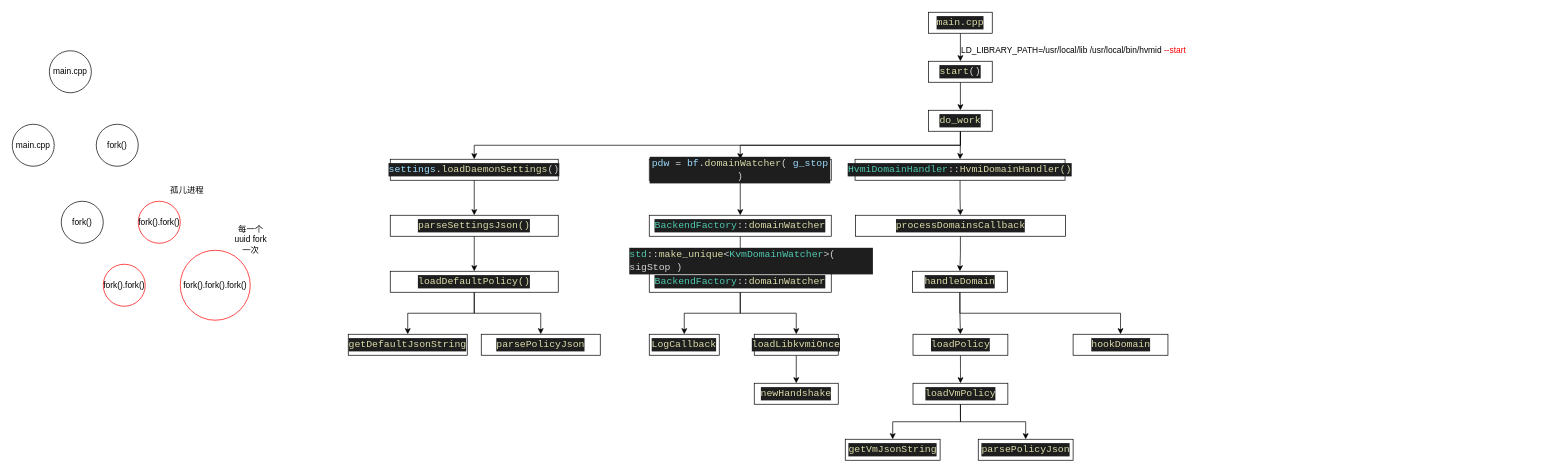
This is Untitled Diagram.drawio from Amber0130/Other, a draw.io file, before an edit. Source tidied: cells renumbered, new cells numbered last; positions are measured from the earlier drawing's top-left corner, leaving out a move shared by most shapes. Both pictures are drawn from the tidied source at 70%, with x=0, y=0 at pixel (12, 12).
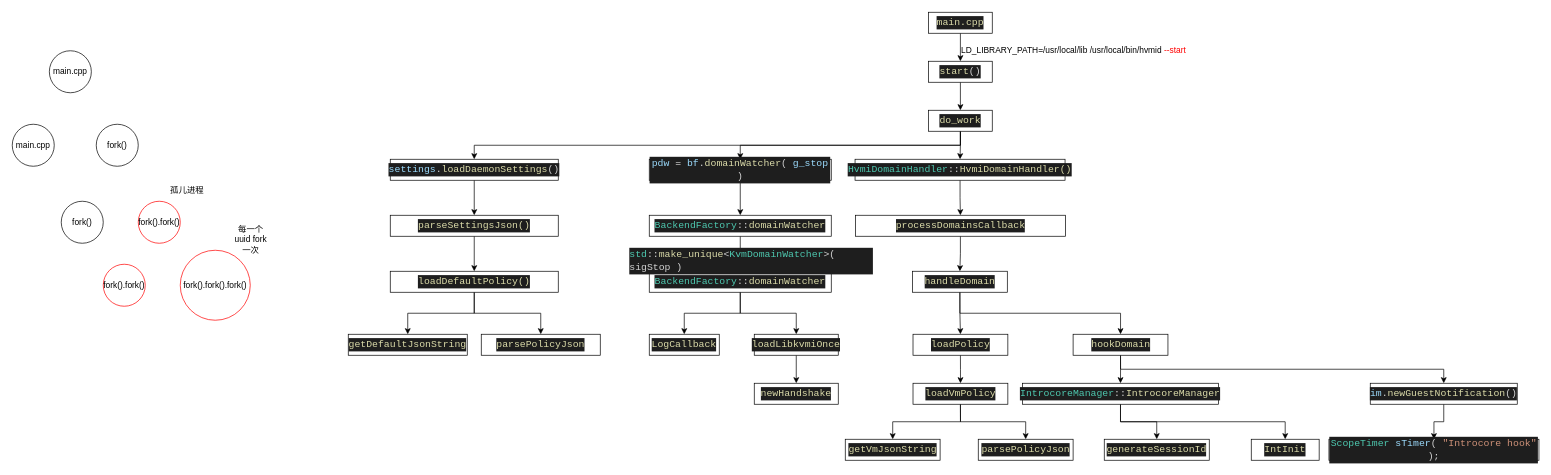
Above is the later version.

The change refers to these unchanged cells:
```xml
<mxCell id="53" value="&lt;div style=&quot;color: rgb(212 , 212 , 212) ; background-color: rgb(30 , 30 , 30) ; font-family: &amp;#34;consolas&amp;#34; , &amp;#34;courier new&amp;#34; , monospace ; font-size: 14px ; line-height: 19px&quot;&gt;&lt;div style=&quot;font-family: &amp;#34;consolas&amp;#34; , &amp;#34;courier new&amp;#34; , monospace ; line-height: 19px&quot;&gt;&lt;div style=&quot;font-family: &amp;#34;consolas&amp;#34; , &amp;#34;courier new&amp;#34; , monospace ; line-height: 19px&quot;&gt;&lt;div style=&quot;font-family: &amp;#34;consolas&amp;#34; , &amp;#34;courier new&amp;#34; , monospace ; line-height: 19px&quot;&gt;&lt;div style=&quot;font-family: &amp;#34;consolas&amp;#34; , &amp;#34;courier new&amp;#34; , monospace ; line-height: 19px&quot;&gt;&lt;div style=&quot;font-family: &amp;#34;consolas&amp;#34; , &amp;#34;courier new&amp;#34; , monospace ; line-height: 19px&quot;&gt;&lt;div style=&quot;font-family: &amp;#34;consolas&amp;#34; , &amp;#34;courier new&amp;#34; , monospace ; line-height: 19px&quot;&gt;&lt;div style=&quot;font-family: &amp;#34;consolas&amp;#34; , &amp;#34;courier new&amp;#34; , monospace ; line-height: 19px&quot;&gt;&lt;span style=&quot;color: #dcdcaa&quot;&gt;hookDomain&lt;/span&gt;&lt;/div&gt;&lt;/div&gt;&lt;/div&gt;&lt;/div&gt;&lt;/div&gt;&lt;/div&gt;&lt;/div&gt;&lt;/div&gt;" style="rounded=0;whiteSpace=wrap;html=1;" parent="1" vertex="1">
  <mxGeometry x="1515.5" y="460" width="135.5" height="30" as="geometry" />
</mxCell>
```

Change to the diagram source:
```diff
@@
+    <mxCell id="56" style="edgeStyle=orthogonalEdgeStyle;rounded=0;jettySize=auto;html=1;exitX=0.5;exitY=1;exitDx=0;exitDy=0;entryX=0.5;entryY=0;entryDx=0;entryDy=0;" parent="1" edge="1" source="53" target="60">
+      <mxGeometry relative="1" as="geometry" />
+    </mxCell>
+    <mxCell id="57" style="edgeStyle=orthogonalEdgeStyle;rounded=0;jettySize=auto;html=1;exitX=0.5;exitY=1;exitDx=0;exitDy=0;entryX=0.5;entryY=0;entryDx=0;entryDy=0;" parent="1" edge="1" source="53" target="64">
+      <mxGeometry relative="1" as="geometry" />
+    </mxCell>
@@
+    <mxCell id="58" style="edgeStyle=orthogonalEdgeStyle;rounded=0;jettySize=auto;html=1;exitX=0.5;exitY=1;exitDx=0;exitDy=0;entryX=0.5;entryY=0;entryDx=0;entryDy=0;" parent="1" edge="1" source="60" target="61">
+      <mxGeometry relative="1" as="geometry" />
+    </mxCell>
+    <mxCell id="59" style="edgeStyle=orthogonalEdgeStyle;rounded=0;jettySize=auto;html=1;exitX=0.5;exitY=1;exitDx=0;exitDy=0;entryX=0.5;entryY=0;entryDx=0;entryDy=0;" parent="1" edge="1" source="60" target="62">
+      <mxGeometry relative="1" as="geometry" />
+    </mxCell>
+    <mxCell id="60" value="&lt;div style=&quot;color: rgb(212 , 212 , 212) ; background-color: rgb(30 , 30 , 30) ; font-family: &amp;#34;consolas&amp;#34; , &amp;#34;courier new&amp;#34; , monospace ; font-size: 14px ; line-height: 19px&quot;&gt;&lt;div style=&quot;font-family: &amp;#34;consolas&amp;#34; , &amp;#34;courier new&amp;#34; , monospace ; line-height: 19px&quot;&gt;&lt;div style=&quot;font-family: &amp;#34;consolas&amp;#34; , &amp;#34;courier new&amp;#34; , monospace ; line-height: 19px&quot;&gt;&lt;div style=&quot;font-family: &amp;#34;consolas&amp;#34; , &amp;#34;courier new&amp;#34; , monospace ; line-height: 19px&quot;&gt;&lt;div style=&quot;font-family: &amp;#34;consolas&amp;#34; , &amp;#34;courier new&amp;#34; , monospace ; line-height: 19px&quot;&gt;&lt;div style=&quot;font-family: &amp;#34;consolas&amp;#34; , &amp;#34;courier new&amp;#34; , monospace ; line-height: 19px&quot;&gt;&lt;div style=&quot;font-family: &amp;#34;consolas&amp;#34; , &amp;#34;courier new&amp;#34; , monospace ; line-height: 19px&quot;&gt;&lt;div style=&quot;font-family: &amp;#34;consolas&amp;#34; , &amp;#34;courier new&amp;#34; , monospace ; line-height: 19px&quot;&gt;&lt;div style=&quot;font-family: &amp;#34;consolas&amp;#34; , &amp;#34;courier new&amp;#34; , monospace ; line-height: 19px&quot;&gt;&lt;div style=&quot;line-height: 19px&quot;&gt;&lt;span style=&quot;color: #4ec9b0&quot;&gt;IntrocoreManager&lt;/span&gt;::&lt;span style=&quot;color: #dcdcaa&quot;&gt;IntrocoreManager&lt;/span&gt;&lt;/div&gt;&lt;/div&gt;&lt;/div&gt;&lt;/div&gt;&lt;/div&gt;&lt;/div&gt;&lt;/div&gt;&lt;/div&gt;&lt;/div&gt;&lt;/div&gt;" style="rounded=0;whiteSpace=wrap;html=1;" parent="1" vertex="1">
+      <mxGeometry x="1443.2" y="530" width="280" height="30" as="geometry" />
+    </mxCell>
+    <mxCell id="61" value="&lt;div style=&quot;color: rgb(212 , 212 , 212) ; background-color: rgb(30 , 30 , 30) ; font-family: &amp;#34;consolas&amp;#34; , &amp;#34;courier new&amp;#34; , monospace ; font-size: 14px ; line-height: 19px&quot;&gt;&lt;div style=&quot;font-family: &amp;#34;consolas&amp;#34; , &amp;#34;courier new&amp;#34; , monospace ; line-height: 19px&quot;&gt;&lt;div style=&quot;font-family: &amp;#34;consolas&amp;#34; , &amp;#34;courier new&amp;#34; , monospace ; line-height: 19px&quot;&gt;&lt;div style=&quot;font-family: &amp;#34;consolas&amp;#34; , &amp;#34;courier new&amp;#34; , monospace ; line-height: 19px&quot;&gt;&lt;div style=&quot;font-family: &amp;#34;consolas&amp;#34; , &amp;#34;courier new&amp;#34; , monospace ; line-height: 19px&quot;&gt;&lt;div style=&quot;font-family: &amp;#34;consolas&amp;#34; , &amp;#34;courier new&amp;#34; , monospace ; line-height: 19px&quot;&gt;&lt;div style=&quot;font-family: &amp;#34;consolas&amp;#34; , &amp;#34;courier new&amp;#34; , monospace ; line-height: 19px&quot;&gt;&lt;div style=&quot;font-family: &amp;#34;consolas&amp;#34; , &amp;#34;courier new&amp;#34; , monospace ; line-height: 19px&quot;&gt;&lt;div style=&quot;font-family: &amp;#34;consolas&amp;#34; , &amp;#34;courier new&amp;#34; , monospace ; line-height: 19px&quot;&gt;&lt;div style=&quot;line-height: 19px&quot;&gt;&lt;div style=&quot;font-family: &amp;#34;consolas&amp;#34; , &amp;#34;courier new&amp;#34; , monospace ; line-height: 19px&quot;&gt;&lt;span style=&quot;color: #dcdcaa&quot;&gt;generateSessionId&lt;/span&gt;&lt;/div&gt;&lt;/div&gt;&lt;/div&gt;&lt;/div&gt;&lt;/div&gt;&lt;/div&gt;&lt;/div&gt;&lt;/div&gt;&lt;/div&gt;&lt;/div&gt;&lt;/div&gt;" style="rounded=0;whiteSpace=wrap;html=1;" parent="1" vertex="1">
+      <mxGeometry x="1560" y="610" width="150" height="30" as="geometry" />
+    </mxCell>
+    <mxCell id="62" value="&lt;div style=&quot;color: rgb(212 , 212 , 212) ; background-color: rgb(30 , 30 , 30) ; font-family: &amp;#34;consolas&amp;#34; , &amp;#34;courier new&amp;#34; , monospace ; font-size: 14px ; line-height: 19px&quot;&gt;&lt;div style=&quot;font-family: &amp;#34;consolas&amp;#34; , &amp;#34;courier new&amp;#34; , monospace ; line-height: 19px&quot;&gt;&lt;div style=&quot;font-family: &amp;#34;consolas&amp;#34; , &amp;#34;courier new&amp;#34; , monospace ; line-height: 19px&quot;&gt;&lt;div style=&quot;font-family: &amp;#34;consolas&amp;#34; , &amp;#34;courier new&amp;#34; , monospace ; line-height: 19px&quot;&gt;&lt;div style=&quot;font-family: &amp;#34;consolas&amp;#34; , &amp;#34;courier new&amp;#34; , monospace ; line-height: 19px&quot;&gt;&lt;div style=&quot;font-family: &amp;#34;consolas&amp;#34; , &amp;#34;courier new&amp;#34; , monospace ; line-height: 19px&quot;&gt;&lt;div style=&quot;font-family: &amp;#34;consolas&amp;#34; , &amp;#34;courier new&amp;#34; , monospace ; line-height: 19px&quot;&gt;&lt;div style=&quot;font-family: &amp;#34;consolas&amp;#34; , &amp;#34;courier new&amp;#34; , monospace ; line-height: 19px&quot;&gt;&lt;div style=&quot;font-family: &amp;#34;consolas&amp;#34; , &amp;#34;courier new&amp;#34; , monospace ; line-height: 19px&quot;&gt;&lt;div style=&quot;line-height: 19px&quot;&gt;&lt;div style=&quot;font-family: &amp;#34;consolas&amp;#34; , &amp;#34;courier new&amp;#34; , monospace ; line-height: 19px&quot;&gt;&lt;div style=&quot;font-family: &amp;#34;consolas&amp;#34; , &amp;#34;courier new&amp;#34; , monospace ; line-height: 19px&quot;&gt;&lt;div style=&quot;font-family: &amp;#34;consolas&amp;#34; , &amp;#34;courier new&amp;#34; , monospace ; line-height: 19px&quot;&gt;&lt;span style=&quot;color: #dcdcaa&quot;&gt;IntInit&lt;/span&gt;&lt;/div&gt;&lt;/div&gt;&lt;/div&gt;&lt;/div&gt;&lt;/div&gt;&lt;/div&gt;&lt;/div&gt;&lt;/div&gt;&lt;/div&gt;&lt;/div&gt;&lt;/div&gt;&lt;/div&gt;&lt;/div&gt;" style="rounded=0;whiteSpace=wrap;html=1;" parent="1" vertex="1">
+      <mxGeometry x="1770" y="610" width="97" height="30" as="geometry" />
+    </mxCell>
+    <mxCell id="63" style="edgeStyle=orthogonalEdgeStyle;rounded=0;jettySize=auto;html=1;exitX=0.5;exitY=1;exitDx=0;exitDy=0;entryX=0.5;entryY=0;entryDx=0;entryDy=0;" parent="1" edge="1" source="64" target="65">
+      <mxGeometry relative="1" as="geometry" />
+    </mxCell>
+    <mxCell id="64" value="&lt;div style=&quot;color: rgb(212 , 212 , 212) ; background-color: rgb(30 , 30 , 30) ; font-family: &amp;#34;consolas&amp;#34; , &amp;#34;courier new&amp;#34; , monospace ; font-size: 14px ; line-height: 19px&quot;&gt;&lt;div style=&quot;font-family: &amp;#34;consolas&amp;#34; , &amp;#34;courier new&amp;#34; , monospace ; line-height: 19px&quot;&gt;&lt;div style=&quot;font-family: &amp;#34;consolas&amp;#34; , &amp;#34;courier new&amp;#34; , monospace ; line-height: 19px&quot;&gt;&lt;div style=&quot;font-family: &amp;#34;consolas&amp;#34; , &amp;#34;courier new&amp;#34; , monospace ; line-height: 19px&quot;&gt;&lt;div style=&quot;font-family: &amp;#34;consolas&amp;#34; , &amp;#34;courier new&amp;#34; , monospace ; line-height: 19px&quot;&gt;&lt;div style=&quot;font-family: &amp;#34;consolas&amp;#34; , &amp;#34;courier new&amp;#34; , monospace ; line-height: 19px&quot;&gt;&lt;div style=&quot;font-family: &amp;#34;consolas&amp;#34; , &amp;#34;courier new&amp;#34; , monospace ; line-height: 19px&quot;&gt;&lt;div style=&quot;font-family: &amp;#34;consolas&amp;#34; , &amp;#34;courier new&amp;#34; , monospace ; line-height: 19px&quot;&gt;&lt;div style=&quot;font-family: &amp;#34;consolas&amp;#34; , &amp;#34;courier new&amp;#34; , monospace ; line-height: 19px&quot;&gt;&lt;div style=&quot;line-height: 19px&quot;&gt;&lt;div style=&quot;font-family: &amp;#34;consolas&amp;#34; , &amp;#34;courier new&amp;#34; , monospace ; line-height: 19px&quot;&gt;&lt;span style=&quot;color: #9cdcfe&quot;&gt;im&lt;/span&gt;.&lt;span style=&quot;color: #dcdcaa&quot;&gt;newGuestNotification&lt;/span&gt;()&lt;/div&gt;&lt;/div&gt;&lt;/div&gt;&lt;/div&gt;&lt;/div&gt;&lt;/div&gt;&lt;/div&gt;&lt;/div&gt;&lt;/div&gt;&lt;/div&gt;&lt;/div&gt;" style="rounded=0;whiteSpace=wrap;html=1;" parent="1" vertex="1">
+      <mxGeometry x="1940" y="530" width="210" height="30" as="geometry" />
+    </mxCell>
+    <mxCell id="65" value="&lt;div style=&quot;color: rgb(212 , 212 , 212) ; background-color: rgb(30 , 30 , 30) ; font-family: &amp;#34;consolas&amp;#34; , &amp;#34;courier new&amp;#34; , monospace ; font-size: 14px ; line-height: 19px&quot;&gt;&lt;div style=&quot;font-family: &amp;#34;consolas&amp;#34; , &amp;#34;courier new&amp;#34; , monospace ; line-height: 19px&quot;&gt;&lt;div style=&quot;font-family: &amp;#34;consolas&amp;#34; , &amp;#34;courier new&amp;#34; , monospace ; line-height: 19px&quot;&gt;&lt;div style=&quot;font-family: &amp;#34;consolas&amp;#34; , &amp;#34;courier new&amp;#34; , monospace ; line-height: 19px&quot;&gt;&lt;div style=&quot;font-family: &amp;#34;consolas&amp;#34; , &amp;#34;courier new&amp;#34; , monospace ; line-height: 19px&quot;&gt;&lt;div style=&quot;font-family: &amp;#34;consolas&amp;#34; , &amp;#34;courier new&amp;#34; , monospace ; line-height: 19px&quot;&gt;&lt;div style=&quot;font-family: &amp;#34;consolas&amp;#34; , &amp;#34;courier new&amp;#34; , monospace ; line-height: 19px&quot;&gt;&lt;div style=&quot;font-family: &amp;#34;consolas&amp;#34; , &amp;#34;courier new&amp;#34; , monospace ; line-height: 19px&quot;&gt;&lt;div style=&quot;font-family: &amp;#34;consolas&amp;#34; , &amp;#34;courier new&amp;#34; , monospace ; line-height: 19px&quot;&gt;&lt;div style=&quot;line-height: 19px&quot;&gt;&lt;div style=&quot;font-family: &amp;#34;consolas&amp;#34; , &amp;#34;courier new&amp;#34; , monospace ; line-height: 19px&quot;&gt;&lt;div style=&quot;font-family: &amp;#34;consolas&amp;#34; , &amp;#34;courier new&amp;#34; , monospace ; line-height: 19px&quot;&gt;&lt;span style=&quot;color: #4ec9b0&quot;&gt;ScopeTimer&lt;/span&gt; &lt;span style=&quot;color: #9cdcfe&quot;&gt;sTimer&lt;/span&gt;( &lt;span style=&quot;color: #ce9178&quot;&gt;&quot;Introcore hook&quot;&lt;/span&gt; );&lt;/div&gt;&lt;/div&gt;&lt;/div&gt;&lt;/div&gt;&lt;/div&gt;&lt;/div&gt;&lt;/div&gt;&lt;/div&gt;&lt;/div&gt;&lt;/div&gt;&lt;/div&gt;&lt;/div&gt;" style="rounded=0;whiteSpace=wrap;html=1;" parent="1" vertex="1">
+      <mxGeometry x="1881" y="610" width="300" height="30" as="geometry" />
+    </mxCell>
```
